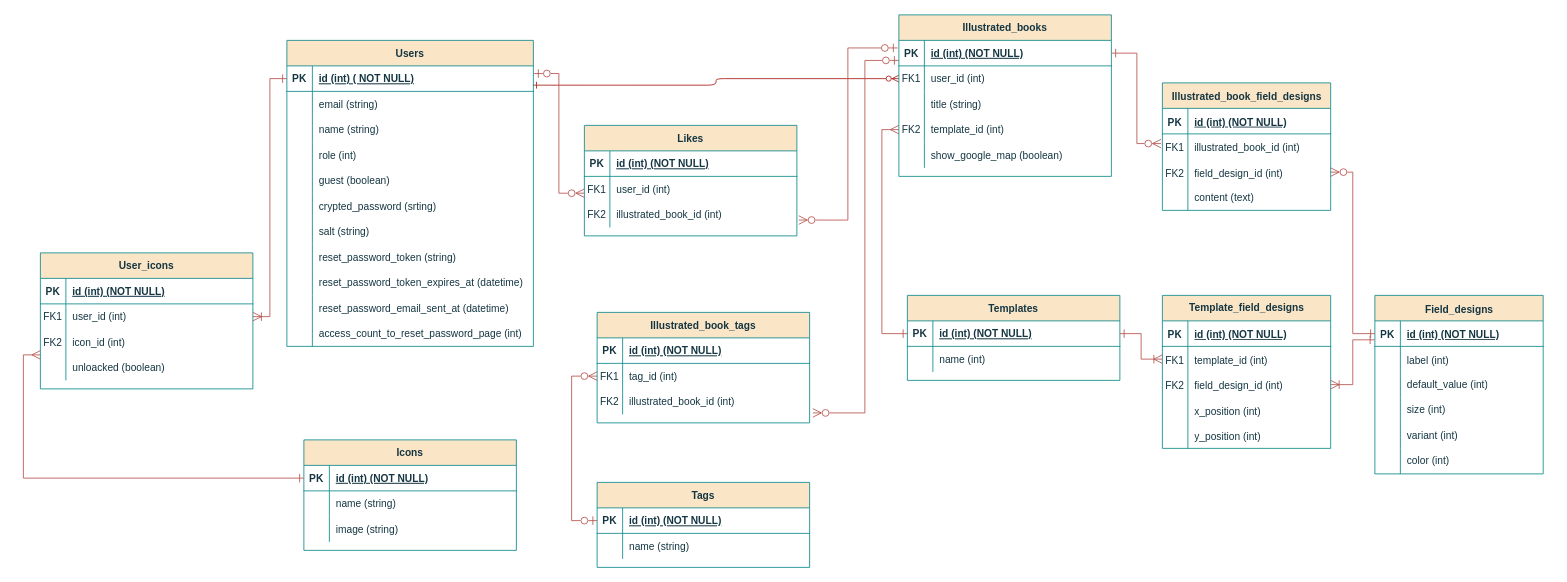
furukoshi12/zukan-create keeps this draw.io diagram as ER図.drawio. Above is the earlier version. Source tidied: cells renumbered, new cells numbered last; positions are measured from the earlier drawing's top-left corner, leaving out a move shared by most shapes. Both pictures are drawn from the tidied source at 85%, with x=0, y=0 at pixel (23, 14).
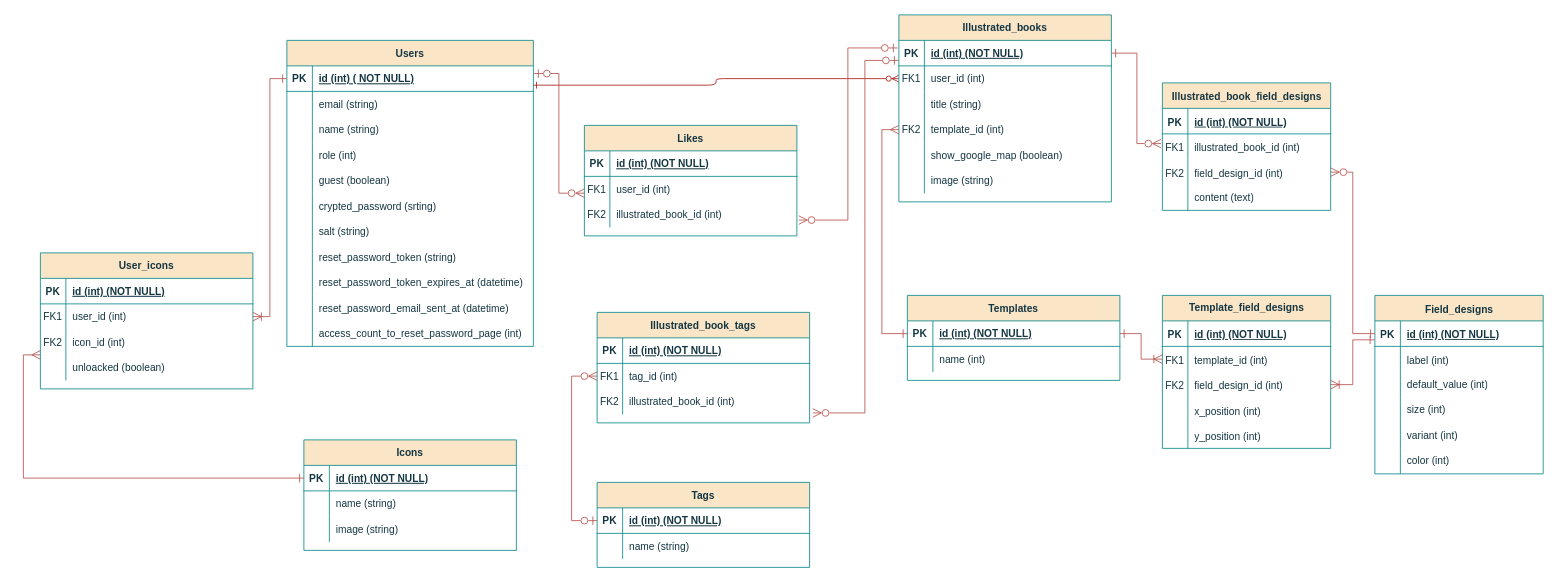
After the change.

Commit message:
ER図.drawio を更新します

Change to the diagram source:
```diff
@@
     <mxCell id="3" value="Illustrated_books" style="shape=table;startSize=30;childLayout=tableLayout;rowLines=0;fontStyle=1;align=center;labelBackgroundColor=none;fillColor=#FAE5C7;strokeColor=#0F8B8D;fontColor=#143642;" parent="1" vertex="1">
-      <mxGeometry x="1030" width="250" height="190" as="geometry" />
+      <mxGeometry x="1030" width="250" height="220" as="geometry" />
     </mxCell>
@@
+    <mxCell id="171" style="shape=partialRectangle;fillColor=none;top=0;left=0;right=0;bottom=0;labelBackgroundColor=none;strokeColor=#0F8B8D;fontColor=#143642;" parent="3" vertex="1">
+      <mxGeometry y="180" width="250" height="30" as="geometry" />
+    </mxCell>
+    <mxCell id="172" style="shape=partialRectangle;overflow=hidden;fillColor=none;top=0;left=0;bottom=0;right=0;labelBackgroundColor=none;strokeColor=#0F8B8D;fontColor=#143642;" parent="171" vertex="1">
+      <mxGeometry width="30" height="30" as="geometry" />
+    </mxCell>
+    <mxCell id="173" value="image (string)" style="shape=partialRectangle;overflow=hidden;fillColor=none;top=0;left=0;bottom=0;right=0;align=left;spacingLeft=6;labelBackgroundColor=none;strokeColor=#0F8B8D;fontColor=#143642;" parent="171" vertex="1">
+      <mxGeometry x="30" width="220" height="30" as="geometry" />
+    </mxCell>
```
